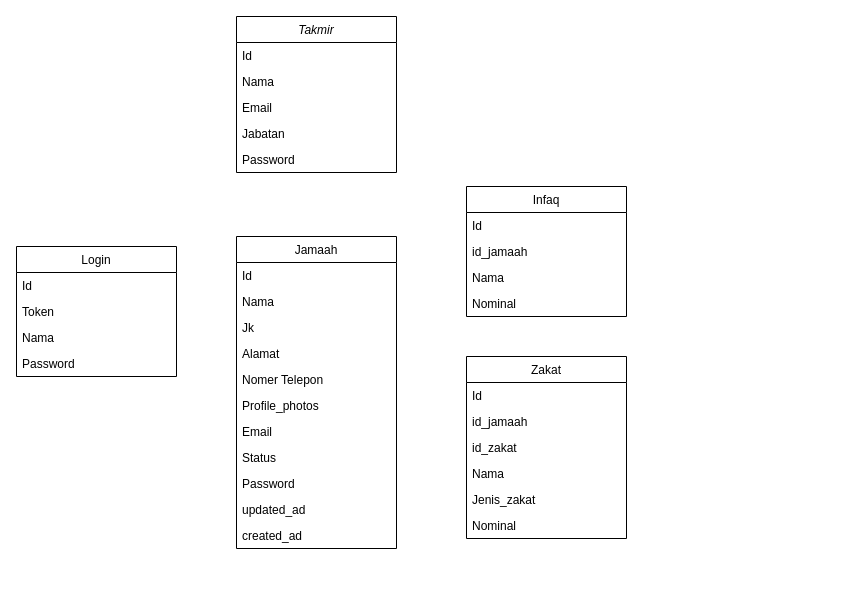
Earlier version of the draw.io diagram diagramMasjid.drawio (yudhawahyup27/Data). Source tidied: cells renumbered, new cells numbered last; positions are measured from the earlier drawing's top-left corner, leaving out a move shared by most shapes. Both pictures are drawn from the tidied source at 100%, with x=0, y=0 at pixel (16, 16).
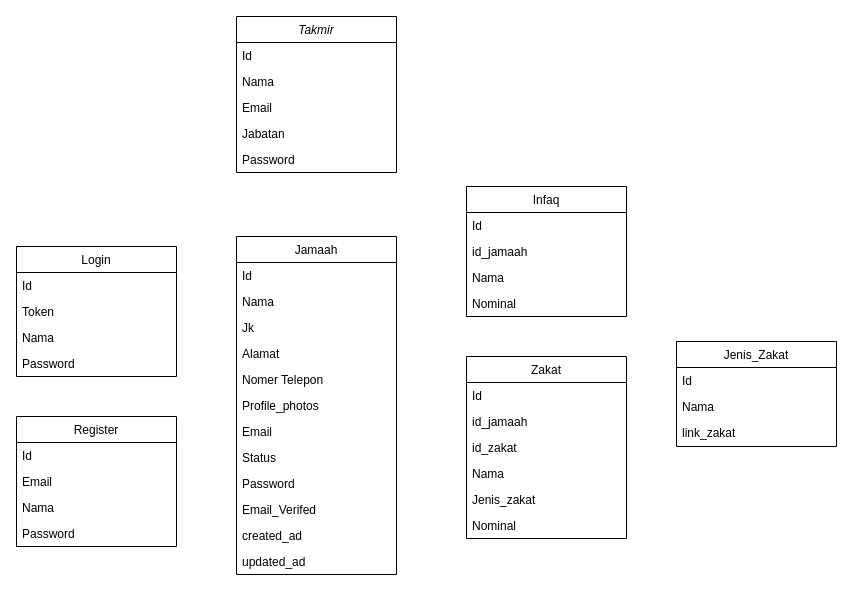
The same diagram, later.

The edit, as a diff of the source:
```diff
@@
     <mxCell id="8" value="Jamaah" style="swimlane;fontStyle=0;align=center;verticalAlign=top;horizontal=1;startSize=26;rounded=0;shadow=0;strokeWidth=1;" parent="1" vertex="1">
-      <mxGeometry x="220" y="220" width="160" height="312" as="geometry" />
+      <mxGeometry x="220" y="220" width="160" height="338" as="geometry" />
     </mxCell>
@@
+    <mxCell id="37" value="Email_Verifed" style="text;align=left;verticalAlign=top;spacingLeft=4;spacingRight=4;overflow=hidden;" parent="8" vertex="1">
+      <mxGeometry y="260" width="160" height="26" as="geometry" />
+    </mxCell>
+    <mxCell id="19" value="created_ad" style="text;align=left;verticalAlign=top;spacingLeft=4;spacingRight=4;overflow=hidden;" parent="8" vertex="1">
+      <mxGeometry y="286" width="160" height="26" as="geometry" />
+    </mxCell>
     <mxCell id="18" value="updated_ad" style="text;align=left;verticalAlign=top;spacingLeft=4;spacingRight=4;overflow=hidden;" parent="8" vertex="1">
-      <mxGeometry y="260" width="160" height="26" as="geometry" />
+      <mxGeometry y="312" width="160" height="26" as="geometry" />
     </mxCell>
-    <mxCell id="19" value="created_ad" style="text;align=left;verticalAlign=top;spacingLeft=4;spacingRight=4;overflow=hidden;" parent="8" vertex="1">
-      <mxGeometry y="286" width="160" height="26" as="geometry" />
-    </mxCell>
@@
+    <mxCell id="38" value="Register" style="swimlane;fontStyle=0;align=center;verticalAlign=top;horizontal=1;startSize=26;rounded=0;shadow=0;strokeWidth=1;" parent="1" vertex="1">
+      <mxGeometry y="400" width="160" height="130" as="geometry" />
+    </mxCell>
+    <mxCell id="39" value="Id" style="text;align=left;verticalAlign=top;spacingLeft=4;spacingRight=4;overflow=hidden;" parent="38" vertex="1">
+      <mxGeometry y="26" width="160" height="26" as="geometry" />
+    </mxCell>
+    <mxCell id="40" value="Email" style="text;align=left;verticalAlign=top;spacingLeft=4;spacingRight=4;overflow=hidden;" parent="38" vertex="1">
+      <mxGeometry y="52" width="160" height="26" as="geometry" />
+    </mxCell>
+    <mxCell id="41" value="Nama" style="text;align=left;verticalAlign=top;spacingLeft=4;spacingRight=4;overflow=hidden;" parent="38" vertex="1">
+      <mxGeometry y="78" width="160" height="26" as="geometry" />
+    </mxCell>
+    <mxCell id="42" value="Password" style="text;align=left;verticalAlign=top;spacingLeft=4;spacingRight=4;overflow=hidden;" parent="38" vertex="1">
+      <mxGeometry y="104" width="160" height="26" as="geometry" />
+    </mxCell>
+    <mxCell id="43" value="Jenis_Zakat" style="swimlane;fontStyle=0;align=center;verticalAlign=top;horizontal=1;startSize=26;rounded=0;shadow=0;strokeWidth=1;" parent="1" vertex="1">
+      <mxGeometry x="660" y="325" width="160" height="105" as="geometry" />
+    </mxCell>
+    <mxCell id="44" value="Id" style="text;align=left;verticalAlign=top;spacingLeft=4;spacingRight=4;overflow=hidden;" parent="43" vertex="1">
+      <mxGeometry y="26" width="160" height="26" as="geometry" />
+    </mxCell>
+    <mxCell id="45" value="Nama" style="text;align=left;verticalAlign=top;spacingLeft=4;spacingRight=4;overflow=hidden;" parent="43" vertex="1">
+      <mxGeometry y="52" width="160" height="26" as="geometry" />
+    </mxCell>
+    <mxCell id="46" value="link_zakat" style="text;align=left;verticalAlign=top;spacingLeft=4;spacingRight=4;overflow=hidden;" parent="43" vertex="1">
+      <mxGeometry y="78" width="160" height="26" as="geometry" />
+    </mxCell>
```
